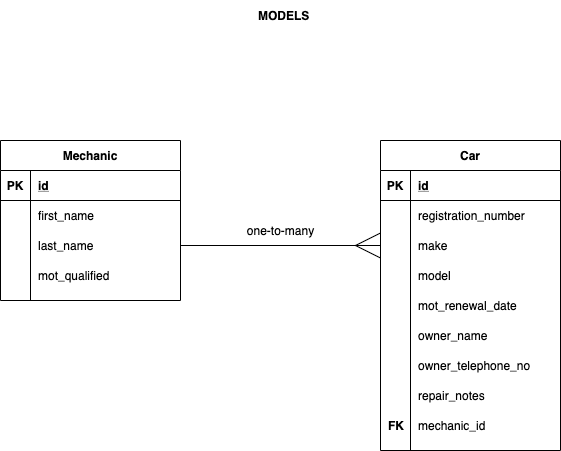
Earlier version of the draw.io export documentation/garage_management_class_diagram.png (nahmed99/wk_5_solo_project). Source tidied: cells renumbered, new cells last; positions are measured from the earlier drawing's top-left corner, leaving out a move shared by most shapes. Its diagram source:
```xml
<mxGraphModel>
  <root>
    <mxCell id="0" />
    <mxCell id="1" parent="0" />
    <mxCell id="2" value="Car" style="shape=table;startSize=30;rowLines=0;fontStyle=1;align=center;" parent="1" vertex="1">
      <mxGeometry x="380" y="140" width="180" height="310" as="geometry" />
    </mxCell>
    <mxCell id="3" style="shape=partialRectangle;fillColor=none;top=0;left=0;bottom=1;right=0;" parent="2" vertex="1">
      <mxGeometry y="30" width="180" height="30" as="geometry" />
    </mxCell>
    <mxCell id="4" value="PK" style="shape=partialRectangle;fillColor=none;top=0;left=0;bottom=0;right=0;fontStyle=1;overflow=hidden;" parent="3" vertex="1">
      <mxGeometry width="30" height="30" as="geometry" />
    </mxCell>
    <mxCell id="5" value="id" style="shape=partialRectangle;fillColor=none;top=0;left=0;bottom=0;right=0;align=left;spacingLeft=6;fontStyle=5;overflow=hidden;" parent="3" vertex="1">
      <mxGeometry x="30" width="150" height="30" as="geometry" />
    </mxCell>
    <mxCell id="6" style="shape=partialRectangle;fillColor=none;top=0;left=0;bottom=0;right=0;" parent="2" vertex="1">
      <mxGeometry y="60" width="180" height="30" as="geometry" />
    </mxCell>
    <mxCell id="7" style="shape=partialRectangle;fillColor=none;top=0;left=0;bottom=0;right=0;overflow=hidden;" parent="6" vertex="1">
      <mxGeometry width="30" height="30" as="geometry" />
    </mxCell>
    <mxCell id="8" value="registration_number" style="shape=partialRectangle;fillColor=none;top=0;left=0;bottom=0;right=0;align=left;spacingLeft=6;overflow=hidden;" parent="6" vertex="1">
      <mxGeometry x="30" width="150" height="30" as="geometry" />
    </mxCell>
    <mxCell id="9" style="shape=partialRectangle;fillColor=none;top=0;left=0;bottom=0;right=0;points=[[0,0.5],[1,0.5]];portConstraint=eastwest;" parent="2" vertex="1">
      <mxGeometry y="90" width="180" height="30" as="geometry" />
    </mxCell>
    <mxCell id="10" style="shape=partialRectangle;fillColor=none;top=0;left=0;bottom=0;right=0;overflow=hidden;" parent="9" vertex="1">
      <mxGeometry width="30" height="30" as="geometry" />
    </mxCell>
    <mxCell id="11" value="make" style="shape=partialRectangle;fillColor=none;top=0;left=0;bottom=0;right=0;align=left;spacingLeft=6;overflow=hidden;" parent="9" vertex="1">
      <mxGeometry x="30" width="150" height="30" as="geometry" />
    </mxCell>
    <mxCell id="12" style="shape=partialRectangle;fillColor=none;top=0;left=0;bottom=0;right=0;" parent="2" vertex="1">
      <mxGeometry y="120" width="180" height="30" as="geometry" />
    </mxCell>
    <mxCell id="13" style="shape=partialRectangle;fillColor=none;top=0;left=0;bottom=0;right=0;overflow=hidden;" parent="12" vertex="1">
      <mxGeometry width="30" height="30" as="geometry" />
    </mxCell>
    <mxCell id="14" value="model" style="shape=partialRectangle;fillColor=none;top=0;left=0;bottom=0;right=0;align=left;spacingLeft=6;overflow=hidden;" parent="12" vertex="1">
      <mxGeometry x="30" width="150" height="30" as="geometry" />
    </mxCell>
    <mxCell id="15" value="Mechanic" style="shape=table;startSize=30;rowLines=0;fontStyle=1;align=center;" parent="1" vertex="1">
      <mxGeometry y="140" width="180" height="160" as="geometry" />
    </mxCell>
    <mxCell id="16" style="shape=partialRectangle;fillColor=none;top=0;left=0;bottom=1;right=0;" parent="15" vertex="1">
      <mxGeometry y="30" width="180" height="30" as="geometry" />
    </mxCell>
    <mxCell id="17" value="PK" style="shape=partialRectangle;fillColor=none;top=0;left=0;bottom=0;right=0;fontStyle=1;overflow=hidden;" parent="16" vertex="1">
      <mxGeometry width="30" height="30" as="geometry" />
    </mxCell>
    <mxCell id="18" value="id" style="shape=partialRectangle;fillColor=none;top=0;left=0;bottom=0;right=0;align=left;spacingLeft=6;fontStyle=5;overflow=hidden;" parent="16" vertex="1">
      <mxGeometry x="30" width="150" height="30" as="geometry" />
    </mxCell>
    <mxCell id="19" style="shape=partialRectangle;fillColor=none;top=0;left=0;bottom=0;right=0;" parent="15" vertex="1">
      <mxGeometry y="60" width="180" height="30" as="geometry" />
    </mxCell>
    <mxCell id="20" style="shape=partialRectangle;fillColor=none;top=0;left=0;bottom=0;right=0;overflow=hidden;" parent="19" vertex="1">
      <mxGeometry width="30" height="30" as="geometry" />
    </mxCell>
    <mxCell id="21" value="first_name" style="shape=partialRectangle;fillColor=none;top=0;left=0;bottom=0;right=0;align=left;spacingLeft=6;overflow=hidden;" parent="19" vertex="1">
      <mxGeometry x="30" width="150" height="30" as="geometry" />
    </mxCell>
    <mxCell id="22" style="shape=partialRectangle;fillColor=none;top=0;left=0;bottom=0;right=0;points=[[0,0.5],[1,0.5]];portConstraint=eastwest;" parent="15" vertex="1">
      <mxGeometry y="90" width="180" height="30" as="geometry" />
    </mxCell>
    <mxCell id="23" style="shape=partialRectangle;fillColor=none;top=0;left=0;bottom=0;right=0;overflow=hidden;" parent="22" vertex="1">
      <mxGeometry width="30" height="30" as="geometry" />
    </mxCell>
    <mxCell id="24" value="last_name" style="shape=partialRectangle;fillColor=none;top=0;left=0;bottom=0;right=0;align=left;spacingLeft=6;overflow=hidden;" parent="22" vertex="1">
      <mxGeometry x="30" width="150" height="30" as="geometry" />
    </mxCell>
    <mxCell id="25" style="shape=partialRectangle;fillColor=none;top=0;left=0;bottom=0;right=0;" parent="15" vertex="1">
      <mxGeometry y="120" width="180" height="30" as="geometry" />
    </mxCell>
    <mxCell id="26" style="shape=partialRectangle;fillColor=none;top=0;left=0;bottom=0;right=0;overflow=hidden;" parent="25" vertex="1">
      <mxGeometry width="30" height="30" as="geometry" />
    </mxCell>
    <mxCell id="27" value="mot_qualified" style="shape=partialRectangle;fillColor=none;top=0;left=0;bottom=0;right=0;align=left;spacingLeft=6;overflow=hidden;" parent="25" vertex="1">
      <mxGeometry x="30" width="150" height="30" as="geometry" />
    </mxCell>
    <mxCell id="28" value="mot_renewal_date" style="shape=partialRectangle;fillColor=none;top=0;left=0;bottom=0;right=0;align=left;spacingLeft=6;overflow=hidden;" parent="1" vertex="1">
      <mxGeometry x="410" y="290" width="150" height="30" as="geometry" />
    </mxCell>
    <mxCell id="29" value="owner_name" style="shape=partialRectangle;fillColor=none;top=0;left=0;bottom=0;right=0;align=left;spacingLeft=6;overflow=hidden;" parent="1" vertex="1">
      <mxGeometry x="410" y="320" width="150" height="30" as="geometry" />
    </mxCell>
    <mxCell id="30" value="owner_telephone_no" style="shape=partialRectangle;fillColor=none;top=0;left=0;bottom=0;right=0;align=left;spacingLeft=6;overflow=hidden;" parent="1" vertex="1">
      <mxGeometry x="410" y="350" width="150" height="30" as="geometry" />
    </mxCell>
    <mxCell id="31" value="repair_notes" style="shape=partialRectangle;fillColor=none;top=0;left=0;bottom=0;right=0;align=left;spacingLeft=6;overflow=hidden;" parent="1" vertex="1">
      <mxGeometry x="410" y="380" width="150" height="30" as="geometry" />
    </mxCell>
    <mxCell id="32" style="edgeStyle=orthogonalEdgeStyle;rounded=0;jettySize=auto;html=1;entryX=0;entryY=0.5;entryDx=0;entryDy=0;endArrow=ERmany;endFill=0;strokeWidth=1;startSize=6;endSize=23;" parent="1" edge="1" source="22" target="9">
      <mxGeometry relative="1" as="geometry" />
    </mxCell>
    <mxCell id="33" value="one-to-many&lt;br&gt;" style="text;html=1;align=center;verticalAlign=middle;" parent="1" vertex="1">
      <mxGeometry x="240" y="220" width="80" height="20" as="geometry" />
    </mxCell>
    <mxCell id="34" value="mechanic_id" style="shape=partialRectangle;fillColor=none;top=0;left=0;bottom=0;right=0;align=left;spacingLeft=6;overflow=hidden;" parent="1" vertex="1">
      <mxGeometry x="410" y="410" width="150" height="30" as="geometry" />
    </mxCell>
    <mxCell id="35" value="FK" style="shape=partialRectangle;fillColor=none;top=0;left=0;bottom=0;right=0;align=left;spacingLeft=6;overflow=hidden;fontStyle=1;" parent="1" vertex="1">
      <mxGeometry x="380" y="410" width="150" height="30" as="geometry" />
    </mxCell>
    <mxCell id="36" value="MODELS" style="shape=partialRectangle;fillColor=none;top=0;left=0;bottom=0;right=0;align=left;spacingLeft=6;overflow=hidden;fontStyle=1;" parent="1" vertex="1">
      <mxGeometry x="250" width="80" height="30" as="geometry" />
    </mxCell>
  </root>
</mxGraphModel>
```
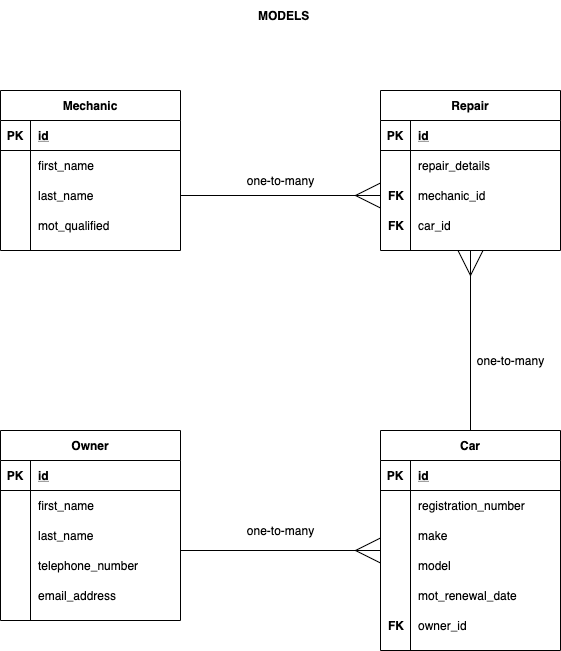
Above is the later version.

Commit message:
models diagram updated - now has four(!) classes

Diff of the diagram source:
```diff
@@ -2,8 +2,8 @@
   <root>
     <mxCell id="0" />
     <mxCell id="1" parent="0" />
-    <mxCell id="2" value="Car" style="shape=table;startSize=30;rowLines=0;fontStyle=1;align=center;" parent="1" vertex="1">
-      <mxGeometry x="380" y="140" width="180" height="310" as="geometry" />
+    <mxCell id="2" value="Repair" style="shape=table;startSize=30;rowLines=0;fontStyle=1;align=center;" parent="1" vertex="1">
+      <mxGeometry x="380" y="90" width="180" height="160" as="geometry" />
     </mxCell>
     <mxCell id="3" style="shape=partialRectangle;fillColor=none;top=0;left=0;bottom=1;right=0;" parent="2" vertex="1">
       <mxGeometry y="30" width="180" height="30" as="geometry" />
@@ -20,7 +20,7 @@
     <mxCell id="7" style="shape=partialRectangle;fillColor=none;top=0;left=0;bottom=0;right=0;overflow=hidden;" parent="6" vertex="1">
       <mxGeometry width="30" height="30" as="geometry" />
     </mxCell>
-    <mxCell id="8" value="registration_number" style="shape=partialRectangle;fillColor=none;top=0;left=0;bottom=0;right=0;align=left;spacingLeft=6;overflow=hidden;" parent="6" vertex="1">
+    <mxCell id="8" value="repair_details" style="shape=partialRectangle;fillColor=none;top=0;left=0;bottom=0;right=0;align=left;spacingLeft=6;overflow=hidden;" parent="6" vertex="1">
       <mxGeometry x="30" width="150" height="30" as="geometry" />
     </mxCell>
     <mxCell id="9" style="shape=partialRectangle;fillColor=none;top=0;left=0;bottom=0;right=0;points=[[0,0.5],[1,0.5]];portConstraint=eastwest;" parent="2" vertex="1">
@@ -29,7 +29,7 @@
     <mxCell id="10" style="shape=partialRectangle;fillColor=none;top=0;left=0;bottom=0;right=0;overflow=hidden;" parent="9" vertex="1">
       <mxGeometry width="30" height="30" as="geometry" />
     </mxCell>
-    <mxCell id="11" value="make" style="shape=partialRectangle;fillColor=none;top=0;left=0;bottom=0;right=0;align=left;spacingLeft=6;overflow=hidden;" parent="9" vertex="1">
+    <mxCell id="11" style="shape=partialRectangle;fillColor=none;top=0;left=0;bottom=0;right=0;align=left;spacingLeft=6;overflow=hidden;" parent="9" vertex="1">
       <mxGeometry x="30" width="150" height="30" as="geometry" />
     </mxCell>
     <mxCell id="12" style="shape=partialRectangle;fillColor=none;top=0;left=0;bottom=0;right=0;" parent="2" vertex="1">
@@ -38,11 +38,11 @@
     <mxCell id="13" style="shape=partialRectangle;fillColor=none;top=0;left=0;bottom=0;right=0;overflow=hidden;" parent="12" vertex="1">
       <mxGeometry width="30" height="30" as="geometry" />
     </mxCell>
-    <mxCell id="14" value="model" style="shape=partialRectangle;fillColor=none;top=0;left=0;bottom=0;right=0;align=left;spacingLeft=6;overflow=hidden;" parent="12" vertex="1">
+    <mxCell id="14" style="shape=partialRectangle;fillColor=none;top=0;left=0;bottom=0;right=0;align=left;spacingLeft=6;overflow=hidden;" parent="12" vertex="1">
       <mxGeometry x="30" width="150" height="30" as="geometry" />
     </mxCell>
     <mxCell id="15" value="Mechanic" style="shape=table;startSize=30;rowLines=0;fontStyle=1;align=center;" parent="1" vertex="1">
-      <mxGeometry y="140" width="180" height="160" as="geometry" />
+      <mxGeometry y="90" width="180" height="160" as="geometry" />
     </mxCell>
     <mxCell id="16" style="shape=partialRectangle;fillColor=none;top=0;left=0;bottom=1;right=0;" parent="15" vertex="1">
       <mxGeometry y="30" width="180" height="30" as="geometry" />
@@ -80,32 +80,131 @@
     <mxCell id="27" value="mot_qualified" style="shape=partialRectangle;fillColor=none;top=0;left=0;bottom=0;right=0;align=left;spacingLeft=6;overflow=hidden;" parent="25" vertex="1">
       <mxGeometry x="30" width="150" height="30" as="geometry" />
     </mxCell>
-    <mxCell id="28" value="mot_renewal_date" style="shape=partialRectangle;fillColor=none;top=0;left=0;bottom=0;right=0;align=left;spacingLeft=6;overflow=hidden;" parent="1" vertex="1">
-      <mxGeometry x="410" y="290" width="150" height="30" as="geometry" />
-    </mxCell>
-    <mxCell id="29" value="owner_name" style="shape=partialRectangle;fillColor=none;top=0;left=0;bottom=0;right=0;align=left;spacingLeft=6;overflow=hidden;" parent="1" vertex="1">
-      <mxGeometry x="410" y="320" width="150" height="30" as="geometry" />
-    </mxCell>
-    <mxCell id="30" value="owner_telephone_no" style="shape=partialRectangle;fillColor=none;top=0;left=0;bottom=0;right=0;align=left;spacingLeft=6;overflow=hidden;" parent="1" vertex="1">
-      <mxGeometry x="410" y="350" width="150" height="30" as="geometry" />
-    </mxCell>
-    <mxCell id="31" value="repair_notes" style="shape=partialRectangle;fillColor=none;top=0;left=0;bottom=0;right=0;align=left;spacingLeft=6;overflow=hidden;" parent="1" vertex="1">
-      <mxGeometry x="410" y="380" width="150" height="30" as="geometry" />
-    </mxCell>
     <mxCell id="32" style="edgeStyle=orthogonalEdgeStyle;rounded=0;jettySize=auto;html=1;entryX=0;entryY=0.5;entryDx=0;entryDy=0;endArrow=ERmany;endFill=0;strokeWidth=1;startSize=6;endSize=23;" parent="1" edge="1" source="22" target="9">
       <mxGeometry relative="1" as="geometry" />
     </mxCell>
     <mxCell id="33" value="one-to-many&lt;br&gt;" style="text;html=1;align=center;verticalAlign=middle;" parent="1" vertex="1">
-      <mxGeometry x="240" y="220" width="80" height="20" as="geometry" />
+      <mxGeometry x="240" y="170" width="80" height="20" as="geometry" />
     </mxCell>
     <mxCell id="34" value="mechanic_id" style="shape=partialRectangle;fillColor=none;top=0;left=0;bottom=0;right=0;align=left;spacingLeft=6;overflow=hidden;" parent="1" vertex="1">
-      <mxGeometry x="410" y="410" width="150" height="30" as="geometry" />
+      <mxGeometry x="410" y="180" width="150" height="30" as="geometry" />
     </mxCell>
     <mxCell id="35" value="FK" style="shape=partialRectangle;fillColor=none;top=0;left=0;bottom=0;right=0;align=left;spacingLeft=6;overflow=hidden;fontStyle=1;" parent="1" vertex="1">
-      <mxGeometry x="380" y="410" width="150" height="30" as="geometry" />
+      <mxGeometry x="380" y="180" width="30" height="30" as="geometry" />
     </mxCell>
     <mxCell id="36" value="MODELS" style="shape=partialRectangle;fillColor=none;top=0;left=0;bottom=0;right=0;align=left;spacingLeft=6;overflow=hidden;fontStyle=1;" parent="1" vertex="1">
       <mxGeometry x="250" width="80" height="30" as="geometry" />
     </mxCell>
+    <mxCell id="37" value="Car" style="shape=table;startSize=30;rowLines=0;fontStyle=1;align=center;" parent="1" vertex="1">
+      <mxGeometry x="380" y="430" width="180" height="220" as="geometry" />
+    </mxCell>
+    <mxCell id="38" style="shape=partialRectangle;fillColor=none;top=0;left=0;bottom=1;right=0;" parent="37" vertex="1">
+      <mxGeometry y="30" width="180" height="30" as="geometry" />
+    </mxCell>
+    <mxCell id="39" value="PK" style="shape=partialRectangle;fillColor=none;top=0;left=0;bottom=0;right=0;fontStyle=1;overflow=hidden;" parent="38" vertex="1">
+      <mxGeometry width="30" height="30" as="geometry" />
+    </mxCell>
+    <mxCell id="40" value="id" style="shape=partialRectangle;fillColor=none;top=0;left=0;bottom=0;right=0;align=left;spacingLeft=6;fontStyle=5;overflow=hidden;" parent="38" vertex="1">
+      <mxGeometry x="30" width="150" height="30" as="geometry" />
+    </mxCell>
+    <mxCell id="41" style="shape=partialRectangle;fillColor=none;top=0;left=0;bottom=0;right=0;" parent="37" vertex="1">
+      <mxGeometry y="60" width="180" height="30" as="geometry" />
+    </mxCell>
+    <mxCell id="42" style="shape=partialRectangle;fillColor=none;top=0;left=0;bottom=0;right=0;overflow=hidden;" parent="41" vertex="1">
+      <mxGeometry width="30" height="30" as="geometry" />
+    </mxCell>
+    <mxCell id="43" value="registration_number" style="shape=partialRectangle;fillColor=none;top=0;left=0;bottom=0;right=0;align=left;spacingLeft=6;overflow=hidden;" parent="41" vertex="1">
+      <mxGeometry x="30" width="150" height="30" as="geometry" />
+    </mxCell>
+    <mxCell id="44" style="shape=partialRectangle;fillColor=none;top=0;left=0;bottom=0;right=0;" parent="37" vertex="1">
+      <mxGeometry y="90" width="180" height="30" as="geometry" />
+    </mxCell>
+    <mxCell id="45" style="shape=partialRectangle;fillColor=none;top=0;left=0;bottom=0;right=0;overflow=hidden;" parent="44" vertex="1">
+      <mxGeometry width="30" height="30" as="geometry" />
+    </mxCell>
+    <mxCell id="46" value="make" style="shape=partialRectangle;fillColor=none;top=0;left=0;bottom=0;right=0;align=left;spacingLeft=6;overflow=hidden;" parent="44" vertex="1">
+      <mxGeometry x="30" width="150" height="30" as="geometry" />
+    </mxCell>
+    <mxCell id="47" style="shape=partialRectangle;fillColor=none;top=0;left=0;bottom=0;right=0;" parent="37" vertex="1">
+      <mxGeometry y="120" width="180" height="30" as="geometry" />
+    </mxCell>
+    <mxCell id="48" style="shape=partialRectangle;fillColor=none;top=0;left=0;bottom=0;right=0;overflow=hidden;" parent="47" vertex="1">
+      <mxGeometry width="30" height="30" as="geometry" />
+    </mxCell>
+    <mxCell id="49" value="model" style="shape=partialRectangle;fillColor=none;top=0;left=0;bottom=0;right=0;align=left;spacingLeft=6;overflow=hidden;" parent="47" vertex="1">
+      <mxGeometry x="30" width="150" height="30" as="geometry" />
+    </mxCell>
+    <mxCell id="28" value="mot_renewal_date" style="shape=partialRectangle;fillColor=none;top=0;left=0;bottom=0;right=0;align=left;spacingLeft=6;overflow=hidden;" parent="1" vertex="1">
+      <mxGeometry x="410" y="580" width="150" height="30" as="geometry" />
+    </mxCell>
+    <mxCell id="50" value="owner_id" style="shape=partialRectangle;fillColor=none;top=0;left=0;bottom=0;right=0;align=left;spacingLeft=6;overflow=hidden;" parent="1" vertex="1">
+      <mxGeometry x="410" y="610" width="150" height="30" as="geometry" />
+    </mxCell>
+    <mxCell id="51" value="FK" style="shape=partialRectangle;fillColor=none;top=0;left=0;bottom=0;right=0;align=left;spacingLeft=6;overflow=hidden;fontStyle=1;" parent="1" vertex="1">
+      <mxGeometry x="380" y="610" width="30" height="30" as="geometry" />
+    </mxCell>
+    <mxCell id="52" value="FK" style="shape=partialRectangle;fillColor=none;top=0;left=0;bottom=0;right=0;align=left;spacingLeft=6;overflow=hidden;fontStyle=1;" parent="1" vertex="1">
+      <mxGeometry x="380" y="210" width="30" height="30" as="geometry" />
+    </mxCell>
+    <mxCell id="53" value="car_id" style="shape=partialRectangle;fillColor=none;top=0;left=0;bottom=0;right=0;align=left;spacingLeft=6;overflow=hidden;" parent="1" vertex="1">
+      <mxGeometry x="410" y="210" width="150" height="30" as="geometry" />
+    </mxCell>
+    <mxCell id="54" style="edgeStyle=orthogonalEdgeStyle;rounded=0;jettySize=auto;html=1;entryX=0.5;entryY=1;entryDx=0;entryDy=0;endArrow=ERmany;endFill=0;strokeWidth=1;startSize=6;endSize=23;exitX=0.5;exitY=0;exitDx=0;exitDy=0;" parent="1" edge="1" source="37" target="2">
+      <mxGeometry relative="1" as="geometry" />
+    </mxCell>
+    <mxCell id="55" value="Owner" style="shape=table;startSize=30;rowLines=0;fontStyle=1;align=center;" parent="1" vertex="1">
+      <mxGeometry y="430" width="180" height="190" as="geometry" />
+    </mxCell>
+    <mxCell id="56" style="shape=partialRectangle;fillColor=none;top=0;left=0;bottom=1;right=0;" parent="55" vertex="1">
+      <mxGeometry y="30" width="180" height="30" as="geometry" />
+    </mxCell>
+    <mxCell id="57" value="PK" style="shape=partialRectangle;fillColor=none;top=0;left=0;bottom=0;right=0;fontStyle=1;overflow=hidden;" parent="56" vertex="1">
+      <mxGeometry width="30" height="30" as="geometry" />
+    </mxCell>
+    <mxCell id="58" value="id" style="shape=partialRectangle;fillColor=none;top=0;left=0;bottom=0;right=0;align=left;spacingLeft=6;fontStyle=5;overflow=hidden;" parent="56" vertex="1">
+      <mxGeometry x="30" width="150" height="30" as="geometry" />
+    </mxCell>
+    <mxCell id="59" style="shape=partialRectangle;fillColor=none;top=0;left=0;bottom=0;right=0;" parent="55" vertex="1">
+      <mxGeometry y="60" width="180" height="30" as="geometry" />
+    </mxCell>
+    <mxCell id="60" style="shape=partialRectangle;fillColor=none;top=0;left=0;bottom=0;right=0;overflow=hidden;" parent="59" vertex="1">
+      <mxGeometry width="30" height="30" as="geometry" />
+    </mxCell>
+    <mxCell id="61" value="first_name" style="shape=partialRectangle;fillColor=none;top=0;left=0;bottom=0;right=0;align=left;spacingLeft=6;overflow=hidden;" parent="59" vertex="1">
+      <mxGeometry x="30" width="150" height="30" as="geometry" />
+    </mxCell>
+    <mxCell id="62" style="shape=partialRectangle;fillColor=none;top=0;left=0;bottom=0;right=0;" parent="55" vertex="1">
+      <mxGeometry y="90" width="180" height="30" as="geometry" />
+    </mxCell>
+    <mxCell id="63" style="shape=partialRectangle;fillColor=none;top=0;left=0;bottom=0;right=0;overflow=hidden;" parent="62" vertex="1">
+      <mxGeometry width="30" height="30" as="geometry" />
+    </mxCell>
+    <mxCell id="64" value="last_name" style="shape=partialRectangle;fillColor=none;top=0;left=0;bottom=0;right=0;align=left;spacingLeft=6;overflow=hidden;" parent="62" vertex="1">
+      <mxGeometry x="30" width="150" height="30" as="geometry" />
+    </mxCell>
+    <mxCell id="65" style="shape=partialRectangle;fillColor=none;top=0;left=0;bottom=0;right=0;" parent="55" vertex="1">
+      <mxGeometry y="120" width="180" height="30" as="geometry" />
+    </mxCell>
+    <mxCell id="66" style="shape=partialRectangle;fillColor=none;top=0;left=0;bottom=0;right=0;overflow=hidden;" parent="65" vertex="1">
+      <mxGeometry width="30" height="30" as="geometry" />
+    </mxCell>
+    <mxCell id="67" value="telephone_number" style="shape=partialRectangle;fillColor=none;top=0;left=0;bottom=0;right=0;align=left;spacingLeft=6;overflow=hidden;" parent="65" vertex="1">
+      <mxGeometry x="30" width="150" height="30" as="geometry" />
+    </mxCell>
+    <mxCell id="68" value="email_address" style="shape=partialRectangle;fillColor=none;top=0;left=0;bottom=0;right=0;align=left;spacingLeft=6;overflow=hidden;" parent="1" vertex="1">
+      <mxGeometry x="30" y="580" width="150" height="30" as="geometry" />
+    </mxCell>
+    <mxCell id="69" value="one-to-many&lt;br&gt;" style="text;html=1;align=center;verticalAlign=middle;" parent="1" vertex="1">
+      <mxGeometry x="470" y="350" width="80" height="20" as="geometry" />
+    </mxCell>
+    <mxCell id="70" style="edgeStyle=orthogonalEdgeStyle;rounded=0;orthogonalLoop=1;jettySize=auto;html=1;entryX=0;entryY=0.5;entryDx=0;entryDy=0;endArrow=ERmany;endFill=0;strokeWidth=1;startSize=6;endSize=23;" parent="1" edge="1">
+      <mxGeometry relative="1" as="geometry">
+        <mxPoint x="180" y="550" as="sourcePoint" />
+        <mxPoint x="380" y="550" as="targetPoint" />
+      </mxGeometry>
+    </mxCell>
+    <mxCell id="71" value="one-to-many&lt;br&gt;" style="text;html=1;align=center;verticalAlign=middle;" parent="1" vertex="1">
+      <mxGeometry x="240" y="520" width="80" height="20" as="geometry" />
+    </mxCell>
   </root>
 </mxGraphModel>
```
